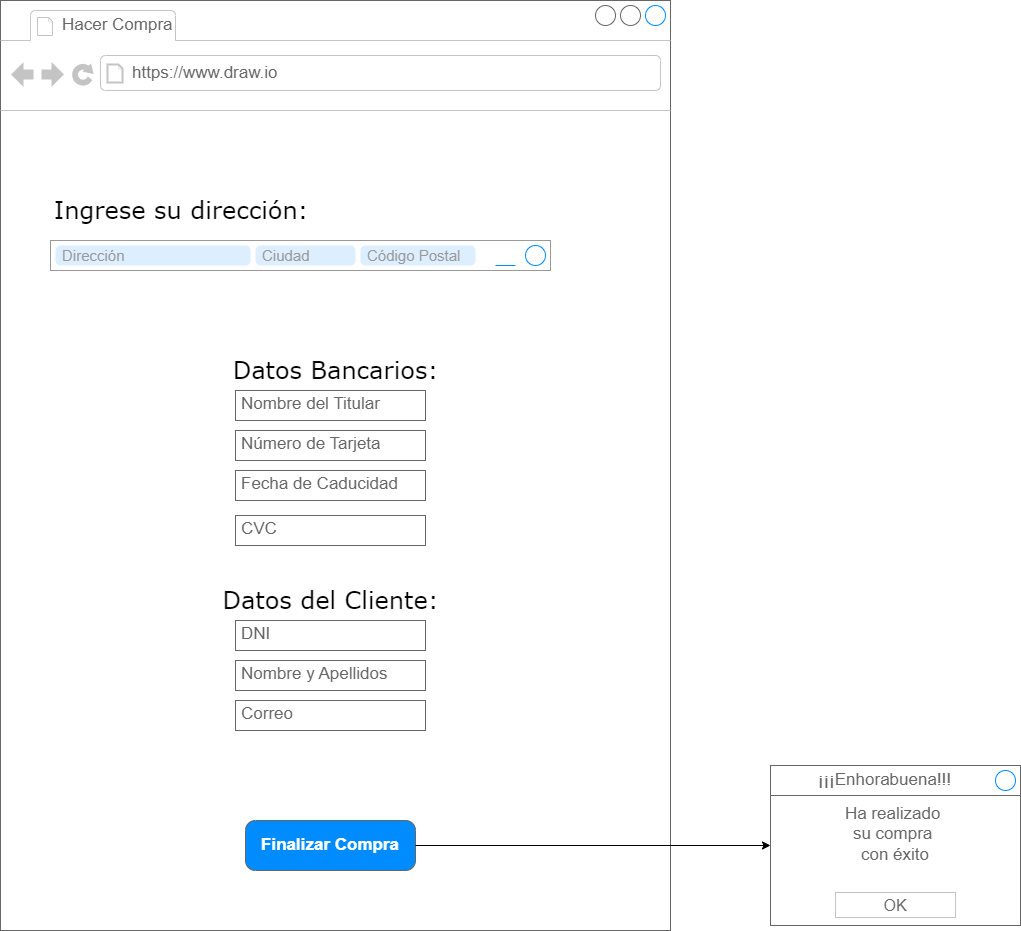
luciarinconpozo/Cibercafe keeps this draw.io diagram as MOCKUPS/Mockups_Cibercafé-CompraEvento.drawio.png. Above is the earlier version. Source tidied: cells renumbered, new cells last; positions are measured from the earlier drawing's top-left corner, leaving out a move shared by most shapes.
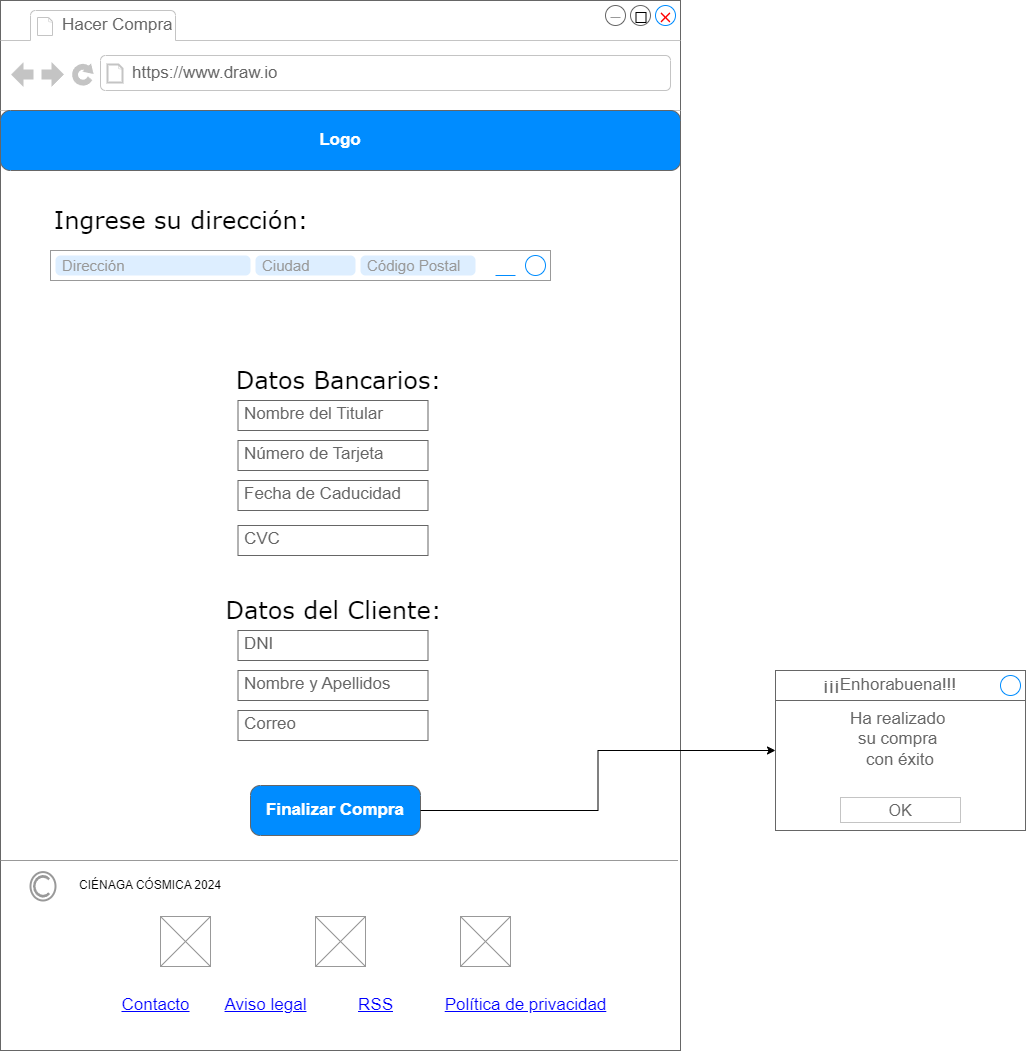
The same diagram one commit later.

Change to the diagram source:
```diff
@@ -3,7 +3,7 @@
     <mxCell id="0" />
     <mxCell id="1" parent="0" />
     <mxCell id="2" style="strokeWidth=1;shadow=0;dashed=0;align=center;html=1;shape=mxgraph.mockup.containers.browserWindow;rSize=0;strokeColor=#666666;strokeColor2=#008cff;strokeColor3=#c4c4c4;mainText=,;" parent="1" vertex="1">
-      <mxGeometry width="670" height="930" as="geometry" />
+      <mxGeometry width="680" height="1050" as="geometry" />
     </mxCell>
     <mxCell id="3" value="Hacer Compra" style="strokeWidth=1;shadow=0;dashed=0;align=center;html=1;shape=mxgraph.mockup.containers.anchor;fontSize=17;fontColor=#666666;align=left;whiteSpace=wrap;" parent="2" vertex="1">
       <mxGeometry x="60" y="12" width="150" height="26" as="geometry" />
@@ -12,7 +12,7 @@
       <mxGeometry x="130" y="60" width="250" height="26" as="geometry" />
     </mxCell>
     <mxCell id="5" style="strokeWidth=1;shadow=0;dashed=0;align=center;html=1;shape=mxgraph.mockup.misc.rrect;rSize=0;strokeColor=#999999;fillColor=#ffffff;" parent="2" vertex="1">
-      <mxGeometry x="50" y="240" width="500" height="30" as="geometry" />
+      <mxGeometry x="50" y="250" width="500" height="30" as="geometry" />
     </mxCell>
     <mxCell id="6" value="Dirección" style="strokeWidth=1;shadow=0;dashed=0;align=center;html=1;shape=mxgraph.mockup.misc.rrect;rSize=5;strokeColor=none;fontSize=15;fontColor=#999999;fillColor=#ddeeff;align=left;spacingLeft=5;whiteSpace=wrap;" parent="5" vertex="1">
       <mxGeometry x="5" y="5" width="195" height="20" as="geometry" />
@@ -36,40 +36,82 @@
       <mxGeometry x="-20" y="5" width="20" height="10" as="geometry" />
     </mxCell>
     <mxCell id="13" value="&lt;span style=&quot;font-weight: normal;&quot;&gt;&lt;font face=&quot;Verdana&quot;&gt;Ingrese su dirección:&amp;nbsp;&lt;/font&gt;&lt;/span&gt;" style="text;strokeColor=none;fillColor=none;html=1;fontSize=24;fontStyle=1;verticalAlign=middle;align=center;" parent="2" vertex="1">
-      <mxGeometry x="50" y="190" width="270" height="40" as="geometry" />
+      <mxGeometry x="50" y="200" width="270" height="40" as="geometry" />
     </mxCell>
     <mxCell id="14" value="&lt;font face=&quot;Verdana&quot;&gt;&lt;span style=&quot;font-weight: 400;&quot;&gt;Datos Bancarios:&lt;/span&gt;&lt;/font&gt;" style="text;strokeColor=none;fillColor=none;html=1;fontSize=24;fontStyle=1;verticalAlign=middle;align=center;" parent="2" vertex="1">
-      <mxGeometry x="215" y="350" width="240" height="40" as="geometry" />
+      <mxGeometry x="217.5" y="360" width="240" height="40" as="geometry" />
     </mxCell>
     <mxCell id="15" value="Nombre del Titular" style="strokeWidth=1;shadow=0;dashed=0;align=center;html=1;shape=mxgraph.mockup.text.textBox;fontColor=#666666;align=left;fontSize=17;spacingLeft=4;spacingTop=-3;whiteSpace=wrap;strokeColor=#666666;mainText=;" parent="2" vertex="1">
-      <mxGeometry x="235" y="390" width="190" height="30" as="geometry" />
+      <mxGeometry x="237.5" y="400" width="190" height="30" as="geometry" />
     </mxCell>
     <mxCell id="16" value="Número de Tarjeta" style="strokeWidth=1;shadow=0;dashed=0;align=center;html=1;shape=mxgraph.mockup.text.textBox;fontColor=#666666;align=left;fontSize=17;spacingLeft=4;spacingTop=-3;whiteSpace=wrap;strokeColor=#666666;mainText=;" parent="2" vertex="1">
-      <mxGeometry x="235" y="430" width="190" height="30" as="geometry" />
+      <mxGeometry x="237.5" y="440" width="190" height="30" as="geometry" />
     </mxCell>
     <mxCell id="17" value="Fecha de Caducidad" style="strokeWidth=1;shadow=0;dashed=0;align=center;html=1;shape=mxgraph.mockup.text.textBox;fontColor=#666666;align=left;fontSize=17;spacingLeft=4;spacingTop=-3;whiteSpace=wrap;strokeColor=#666666;mainText=;" parent="2" vertex="1">
-      <mxGeometry x="235" y="470" width="190" height="30" as="geometry" />
+      <mxGeometry x="237.5" y="480" width="190" height="30" as="geometry" />
     </mxCell>
     <mxCell id="18" value="CVC" style="strokeWidth=1;shadow=0;dashed=0;align=center;html=1;shape=mxgraph.mockup.text.textBox;fontColor=#666666;align=left;fontSize=17;spacingLeft=4;spacingTop=-3;whiteSpace=wrap;strokeColor=#666666;mainText=;" parent="2" vertex="1">
-      <mxGeometry x="235" y="515" width="190" height="30" as="geometry" />
+      <mxGeometry x="237.5" y="525" width="190" height="30" as="geometry" />
     </mxCell>
     <mxCell id="19" value="&lt;font face=&quot;Verdana&quot;&gt;&lt;span style=&quot;font-weight: 400;&quot;&gt;Datos del Cliente:&lt;/span&gt;&lt;/font&gt;" style="text;strokeColor=none;fillColor=none;html=1;fontSize=24;fontStyle=1;verticalAlign=middle;align=center;" parent="2" vertex="1">
-      <mxGeometry x="210" y="580" width="240" height="40" as="geometry" />
+      <mxGeometry x="212.5" y="590" width="240" height="40" as="geometry" />
     </mxCell>
     <mxCell id="20" value="DNI" style="strokeWidth=1;shadow=0;dashed=0;align=center;html=1;shape=mxgraph.mockup.text.textBox;fontColor=#666666;align=left;fontSize=17;spacingLeft=4;spacingTop=-3;whiteSpace=wrap;strokeColor=#666666;mainText=;" parent="2" vertex="1">
-      <mxGeometry x="235" y="620" width="190" height="30" as="geometry" />
+      <mxGeometry x="237.5" y="630" width="190" height="30" as="geometry" />
     </mxCell>
     <mxCell id="21" value="Nombre y Apellidos" style="strokeWidth=1;shadow=0;dashed=0;align=center;html=1;shape=mxgraph.mockup.text.textBox;fontColor=#666666;align=left;fontSize=17;spacingLeft=4;spacingTop=-3;whiteSpace=wrap;strokeColor=#666666;mainText=;" parent="2" vertex="1">
-      <mxGeometry x="235" y="660" width="190" height="30" as="geometry" />
+      <mxGeometry x="237.5" y="670" width="190" height="30" as="geometry" />
     </mxCell>
     <mxCell id="22" value="Correo" style="strokeWidth=1;shadow=0;dashed=0;align=center;html=1;shape=mxgraph.mockup.text.textBox;fontColor=#666666;align=left;fontSize=17;spacingLeft=4;spacingTop=-3;whiteSpace=wrap;strokeColor=#666666;mainText=;" parent="2" vertex="1">
-      <mxGeometry x="235" y="700" width="190" height="30" as="geometry" />
+      <mxGeometry x="237.5" y="710" width="190" height="30" as="geometry" />
     </mxCell>
     <mxCell id="23" value="Finalizar Compra" style="strokeWidth=1;shadow=0;dashed=0;align=center;html=1;shape=mxgraph.mockup.buttons.button;strokeColor=#666666;fontColor=#ffffff;mainText=;buttonStyle=round;fontSize=17;fontStyle=1;fillColor=#008cff;whiteSpace=wrap;" parent="2" vertex="1">
-      <mxGeometry x="245" y="820" width="170" height="50" as="geometry" />
+      <mxGeometry x="250" y="785" width="170" height="50" as="geometry" />
     </mxCell>
+    <mxCell id="29" style="verticalLabelPosition=bottom;shadow=0;dashed=0;align=center;html=1;verticalAlign=top;strokeWidth=1;shape=mxgraph.mockup.markup.line;strokeColor=#999999;" parent="2" vertex="1">
+      <mxGeometry y="850" width="677.5" height="20" as="geometry" />
+    </mxCell>
+    <mxCell id="30" value="Logo" style="strokeWidth=1;shadow=0;dashed=0;align=center;html=1;shape=mxgraph.mockup.buttons.button;strokeColor=#666666;fontColor=#ffffff;mainText=;buttonStyle=round;fontSize=17;fontStyle=1;fillColor=#008cff;whiteSpace=wrap;" parent="2" vertex="1">
+      <mxGeometry y="110" width="680" height="60" as="geometry" />
+    </mxCell>
+    <mxCell id="31" style="shape=mxgraph.mockup.markup.redX;fillColor=#ff0000;html=1;shadow=0;whiteSpace=wrap;strokeColor=none;" parent="2" vertex="1">
+      <mxGeometry x="660" y="12" width="10" height="10" as="geometry" />
+    </mxCell>
+    <mxCell id="32" style="verticalLabelPosition=bottom;shadow=0;dashed=0;align=center;html=1;verticalAlign=top;strokeWidth=1;shape=mxgraph.mockup.markup.line;strokeColor=#999999;" parent="2" vertex="1">
+      <mxGeometry x="610" y="12" width="10" height="10" as="geometry" />
+    </mxCell>
+    <mxCell id="33" style="whiteSpace=wrap;html=1;" parent="2" vertex="1">
+      <mxGeometry x="635.5" y="12" width="10" height="10" as="geometry" />
+    </mxCell>
+    <mxCell id="34" style="strokeColor=#999999;verticalLabelPosition=bottom;shadow=0;dashed=0;verticalAlign=top;strokeWidth=2;html=1;shape=mxgraph.mockup.misc.copyrightIcon;" parent="2" vertex="1">
+      <mxGeometry x="30" y="871.6" width="25" height="28.4" as="geometry" />
+    </mxCell>
+    <mxCell id="35" value="Contacto" style="shape=rectangle;strokeColor=none;fillColor=none;linkText=;fontSize=17;fontColor=#0000ff;fontStyle=4;html=1;align=center;" parent="2" vertex="1">
+      <mxGeometry x="80" y="990.1" width="150" height="30" as="geometry" />
+    </mxCell>
+    <mxCell id="36" value="Política de privacidad" style="shape=rectangle;strokeColor=none;fillColor=none;linkText=;fontSize=17;fontColor=#0000ff;fontStyle=4;html=1;align=center;" parent="2" vertex="1">
+      <mxGeometry x="450" y="990.1" width="150" height="30" as="geometry" />
+    </mxCell>
+    <mxCell id="37" value="RSS" style="shape=rectangle;strokeColor=none;fillColor=none;linkText=;fontSize=17;fontColor=#0000ff;fontStyle=4;html=1;align=center;" parent="2" vertex="1">
+      <mxGeometry x="300" y="990.1" width="150" height="30" as="geometry" />
+    </mxCell>
+    <mxCell id="38" value="Aviso legal" style="shape=rectangle;strokeColor=none;fillColor=none;linkText=;fontSize=17;fontColor=#0000ff;fontStyle=4;html=1;align=center;" parent="2" vertex="1">
+      <mxGeometry x="190" y="990.1" width="150" height="30" as="geometry" />
+    </mxCell>
+    <mxCell id="39" value="CIÉNAGA CÓSMICA 2024" style="text;html=1;align=center;verticalAlign=middle;whiteSpace=wrap;rounded=0;" parent="2" vertex="1">
+      <mxGeometry x="70" y="870" width="160" height="30" as="geometry" />
+    </mxCell>
+    <mxCell id="40" style="verticalLabelPosition=bottom;shadow=0;dashed=0;align=center;html=1;verticalAlign=top;strokeWidth=1;shape=mxgraph.mockup.graphics.simpleIcon;strokeColor=#999999;" parent="2" vertex="1">
+      <mxGeometry x="160" y="916" width="50" height="50" as="geometry" />
+    </mxCell>
+    <mxCell id="41" style="verticalLabelPosition=bottom;shadow=0;dashed=0;align=center;html=1;verticalAlign=top;strokeWidth=1;shape=mxgraph.mockup.graphics.simpleIcon;strokeColor=#999999;" parent="2" vertex="1">
+      <mxGeometry x="315" y="916" width="50" height="50" as="geometry" />
+    </mxCell>
+    <mxCell id="42" style="verticalLabelPosition=bottom;shadow=0;dashed=0;align=center;html=1;verticalAlign=top;strokeWidth=1;shape=mxgraph.mockup.graphics.simpleIcon;strokeColor=#999999;" parent="2" vertex="1">
+      <mxGeometry x="460" y="916" width="50" height="50" as="geometry" />
+    </mxCell>
     <mxCell id="24" value="Ha realizado&amp;nbsp;&lt;div&gt;su compra&amp;nbsp;&lt;/div&gt;&lt;div&gt;con éxito&lt;/div&gt;" style="strokeWidth=1;shadow=0;dashed=0;align=center;html=1;shape=mxgraph.mockup.containers.rrect;rSize=0;strokeColor=#666666;fontColor=#666666;fontSize=17;verticalAlign=top;whiteSpace=wrap;fillColor=#ffffff;spacingTop=32;" parent="1" vertex="1">
-      <mxGeometry x="770" y="765" width="250" height="160" as="geometry" />
+      <mxGeometry x="775" y="670" width="250" height="160" as="geometry" />
     </mxCell>
     <mxCell id="25" value="&lt;span style=&quot;white-space: pre;&quot;&gt;&#9;&lt;/span&gt;¡¡¡Enhorabuena!!!" style="strokeWidth=1;shadow=0;dashed=0;align=center;html=1;shape=mxgraph.mockup.containers.rrect;rSize=0;fontSize=17;fontColor=#666666;strokeColor=#666666;align=left;spacingLeft=8;fillColor=#ffffff;whiteSpace=wrap;" parent="24" vertex="1">
       <mxGeometry width="250" height="30" relative="1" as="geometry" />
```
